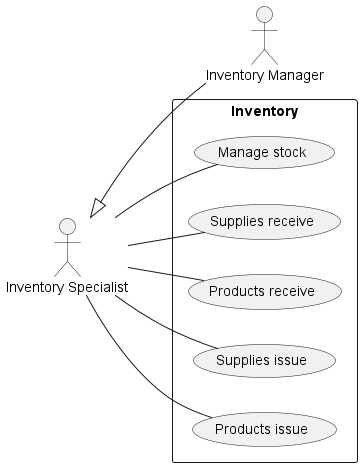
Above: use-cases/Inventory.png in phihungha/scmss-reqs (PlantUML), before the change.
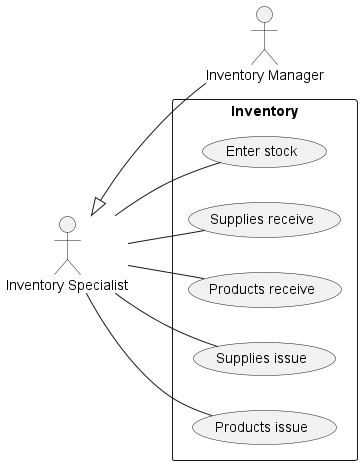
After the commit.

Diff of the diagram source:
```diff
@@ -6,7 +6,7 @@
 is <|-- im
 
 rectangle Inventory {
-    is -- (Manage stock)
+    is -- (Enter stock)
     is -- (Supplies receive)
     is -- (Products receive)
     is -- (Supplies issue)
```
